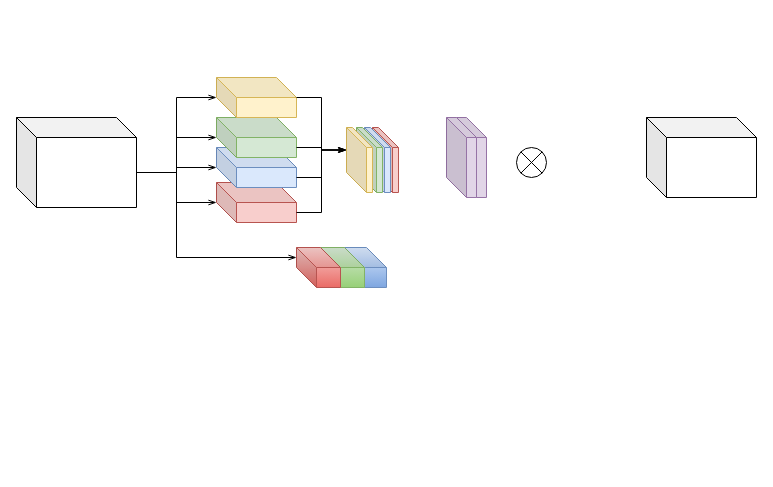
Before: 未命名绘图.drawio in June1238/mybatis-plus, a draw.io diagram. Source tidied: cells renumbered, new cells numbered last; positions are measured from the earlier drawing's top-left corner, leaving out a move shared by most shapes. Both pictures are drawn from the tidied source at 100%, with x=0, y=0 at pixel (16, 77).
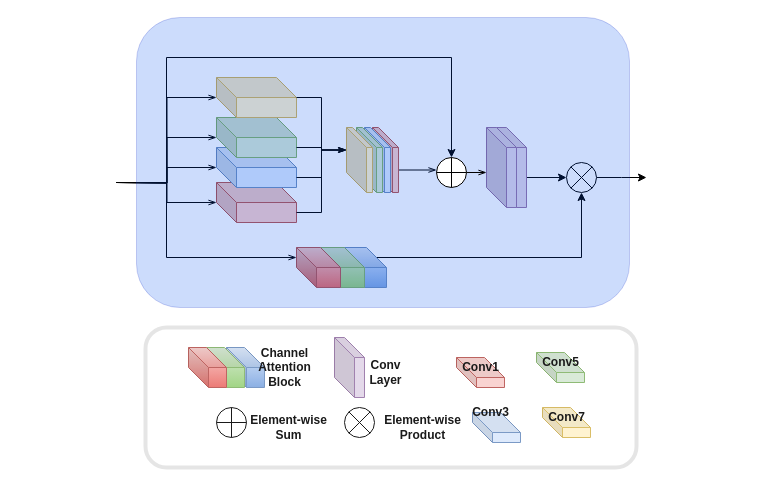
The same page after the edit.

Commit message:
更新未命名绘图.drawio

The change refers to these unchanged cells:
```xml
<mxCell id="2" style="shape=cube;whiteSpace=wrap;html=1;boundedLbl=1;backgroundOutline=1;darkOpacity=0.05;darkOpacity2=0.1;fillColor=#f8cecc;strokeColor=#b85450;" parent="1" vertex="1">
  <mxGeometry x="200" y="105" width="80" height="40" as="geometry" />
</mxCell>
<mxCell id="3" style="shape=cube;whiteSpace=wrap;html=1;boundedLbl=1;backgroundOutline=1;darkOpacity=0.05;darkOpacity2=0.1;fillColor=#dae8fc;strokeColor=#6c8ebf;" parent="1" vertex="1">
  <mxGeometry x="200" y="70" width="80" height="40" as="geometry" />
</mxCell>
<mxCell id="4" style="shape=cube;whiteSpace=wrap;html=1;boundedLbl=1;backgroundOutline=1;darkOpacity=0.05;darkOpacity2=0.1;fillColor=#d5e8d4;strokeColor=#82b366;" parent="1" vertex="1">
  <mxGeometry x="200" y="40" width="80" height="40" as="geometry" />
</mxCell>
<mxCell id="5" style="shape=cube;whiteSpace=wrap;html=1;boundedLbl=1;backgroundOutline=1;darkOpacity=0.05;darkOpacity2=0.1;fillColor=#fff2cc;strokeColor=#d6b656;" parent="1" vertex="1">
  <mxGeometry x="200" width="80" height="40" as="geometry" />
</mxCell>
<mxCell id="6" style="shape=cube;whiteSpace=wrap;html=1;boundedLbl=1;backgroundOutline=1;darkOpacity=0.05;darkOpacity2=0.1;fillColor=#f8cecc;strokeColor=#b85450;" parent="1" vertex="1">
  <mxGeometry x="356" y="50" width="26" height="65" as="geometry" />
</mxCell>
<mxCell id="19" style="shape=cube;whiteSpace=wrap;html=1;boundedLbl=1;backgroundOutline=1;darkOpacity=0.05;darkOpacity2=0.1;fontStyle=1;fillColor=#dae8fc;strokeColor=#6c8ebf;gradientColor=#7ea6e0;" parent="1" vertex="1">
  <mxGeometry x="322" y="170" width="48" height="40" as="geometry" />
</mxCell>
<mxCell id="21" style="shape=cube;whiteSpace=wrap;html=1;boundedLbl=1;backgroundOutline=1;darkOpacity=0.05;darkOpacity2=0.1;fillColor=#f8cecc;strokeColor=#b85450;gradientColor=#ea6b66;" parent="1" vertex="1">
  <mxGeometry x="280" y="170" width="44" height="40" as="geometry" />
</mxCell>
```

The edit, as a diff of the source:
```diff
@@
+    <mxCell id="27" style="edgeStyle=orthogonalEdgeStyle;rounded=0;jettySize=auto;html=1;exitX=0;exitY=0;exitDx=26;exitDy=42.5;exitPerimeter=0;endArrow=openThin;endFill=0;" parent="1" edge="1" source="6">
+      <mxGeometry relative="1" as="geometry">
+        <mxPoint x="420" y="93" as="targetPoint" />
+      </mxGeometry>
+    </mxCell>
@@
-    <mxCell id="13" style="shape=cube;whiteSpace=wrap;html=1;boundedLbl=1;backgroundOutline=1;darkOpacity=0.05;darkOpacity2=0.1;" parent="1" vertex="1">
-      <mxGeometry y="40" width="120" height="90" as="geometry" />
-    </mxCell>
+    <mxCell id="28" style="edgeStyle=orthogonalEdgeStyle;rounded=0;jettySize=auto;html=1;exitX=0;exitY=0;exitDx=120;exitDy=55;exitPerimeter=0;entryX=0.5;entryY=0;entryDx=0;entryDy=0;" parent="1" edge="1" target="34">
+      <mxGeometry relative="1" as="geometry">
+        <mxPoint x="100" y="105" as="sourcePoint" />
+        <Array as="points">
+          <mxPoint x="150" y="105" />
+          <mxPoint x="150" y="-20" />
+          <mxPoint x="435" y="-20" />
+        </Array>
+      </mxGeometry>
+    </mxCell>
@@
-    <mxCell id="15" style="edgeStyle=orthogonalEdgeStyle;rounded=0;jettySize=auto;html=1;exitX=0;exitY=0;exitDx=120;exitDy=55;exitPerimeter=0;entryX=0;entryY=0;entryDx=0;entryDy=20;entryPerimeter=0;endArrow=openThin;endFill=0;" parent="1" edge="1" source="13" target="5">
-      <mxGeometry relative="1" as="geometry" />
+    <mxCell id="15" style="edgeStyle=orthogonalEdgeStyle;rounded=0;jettySize=auto;html=1;exitX=0;exitY=0;exitDx=120;exitDy=55;exitPerimeter=0;entryX=0;entryY=0;entryDx=0;entryDy=20;entryPerimeter=0;endArrow=openThin;endFill=0;" parent="1" edge="1" target="5">
+      <mxGeometry relative="1" as="geometry">
+        <mxPoint x="100" y="105" as="sourcePoint" />
+      </mxGeometry>
     </mxCell>
-    <mxCell id="16" style="edgeStyle=orthogonalEdgeStyle;rounded=0;jettySize=auto;html=1;exitX=0;exitY=0;exitDx=120;exitDy=55;exitPerimeter=0;entryX=0;entryY=0;entryDx=0;entryDy=20;entryPerimeter=0;endArrow=openThin;endFill=0;" parent="1" edge="1" source="13" target="4">
-      <mxGeometry relative="1" as="geometry" />
+    <mxCell id="16" style="edgeStyle=orthogonalEdgeStyle;rounded=0;jettySize=auto;html=1;exitX=0;exitY=0;exitDx=120;exitDy=55;exitPerimeter=0;entryX=0;entryY=0;entryDx=0;entryDy=20;entryPerimeter=0;endArrow=openThin;endFill=0;" parent="1" edge="1" target="4">
+      <mxGeometry relative="1" as="geometry">
+        <mxPoint x="100" y="105" as="sourcePoint" />
+      </mxGeometry>
     </mxCell>
-    <mxCell id="17" style="edgeStyle=orthogonalEdgeStyle;rounded=0;jettySize=auto;html=1;exitX=0;exitY=0;exitDx=120;exitDy=55;exitPerimeter=0;entryX=0;entryY=0;entryDx=0;entryDy=20;entryPerimeter=0;endArrow=openThin;endFill=0;" parent="1" edge="1" source="13" target="3">
-      <mxGeometry relative="1" as="geometry" />
+    <mxCell id="17" style="edgeStyle=orthogonalEdgeStyle;rounded=0;jettySize=auto;html=1;exitX=0;exitY=0;exitDx=120;exitDy=55;exitPerimeter=0;entryX=0;entryY=0;entryDx=0;entryDy=20;entryPerimeter=0;endArrow=openThin;endFill=0;" parent="1" edge="1" target="3">
+      <mxGeometry relative="1" as="geometry">
+        <mxPoint x="100" y="105" as="sourcePoint" />
+      </mxGeometry>
     </mxCell>
-    <mxCell id="18" style="edgeStyle=orthogonalEdgeStyle;rounded=0;jettySize=auto;html=1;exitX=0;exitY=0;exitDx=120;exitDy=55;exitPerimeter=0;entryX=0;entryY=0;entryDx=0;entryDy=20;entryPerimeter=0;endArrow=openThin;endFill=0;" parent="1" edge="1" source="13" target="2">
-      <mxGeometry relative="1" as="geometry" />
+    <mxCell id="18" style="edgeStyle=orthogonalEdgeStyle;rounded=0;jettySize=auto;html=1;exitX=0;exitY=0;exitDx=120;exitDy=55;exitPerimeter=0;entryX=0;entryY=0;entryDx=0;entryDy=20;entryPerimeter=0;endArrow=openThin;endFill=0;" parent="1" edge="1" target="2">
+      <mxGeometry relative="1" as="geometry">
+        <mxPoint x="100" y="105" as="sourcePoint" />
+      </mxGeometry>
     </mxCell>
+    <mxCell id="29" style="edgeStyle=orthogonalEdgeStyle;rounded=0;jettySize=auto;html=1;exitX=0;exitY=0;exitDx=38;exitDy=10;exitPerimeter=0;entryX=0.5;entryY=1;entryDx=0;entryDy=0;" parent="1" edge="1" source="19" target="23">
+      <mxGeometry relative="1" as="geometry" />
+    </mxCell>
@@
-    <mxCell id="22" style="edgeStyle=orthogonalEdgeStyle;rounded=0;jettySize=auto;html=1;exitX=0;exitY=0;exitDx=120;exitDy=55;exitPerimeter=0;entryX=0;entryY=0;entryDx=0;entryDy=10;entryPerimeter=0;endArrow=openThin;endFill=0;" parent="1" edge="1" source="13" target="21">
+    <mxCell id="22" style="edgeStyle=orthogonalEdgeStyle;rounded=0;jettySize=auto;html=1;exitX=0;exitY=0;exitDx=120;exitDy=55;exitPerimeter=0;entryX=0;entryY=0;entryDx=0;entryDy=10;entryPerimeter=0;endArrow=openThin;endFill=0;" parent="1" edge="1" target="21">
       <mxGeometry relative="1" as="geometry">
+        <mxPoint x="100" y="105" as="sourcePoint" />
         <Array as="points">
-          <mxPoint x="160" y="95" />
-          <mxPoint x="160" y="180" />
+          <mxPoint x="150" y="105" />
+          <mxPoint x="150" y="180" />
         </Array>
       </mxGeometry>
     </mxCell>
+    <mxCell id="30" style="edgeStyle=orthogonalEdgeStyle;rounded=0;jettySize=auto;html=1;exitX=1;exitY=0.5;exitDx=0;exitDy=0;" parent="1" edge="1" source="23">
+      <mxGeometry relative="1" as="geometry">
+        <mxPoint x="630" y="100" as="targetPoint" />
+      </mxGeometry>
+    </mxCell>
     <mxCell id="23" style="shape=sumEllipse;perimeter=ellipsePerimeter;whiteSpace=wrap;html=1;backgroundOutline=1;" parent="1" vertex="1">
-      <mxGeometry x="500" y="70" width="30" height="30" as="geometry" />
+      <mxGeometry x="550" y="85" width="30" height="30" as="geometry" />
     </mxCell>
-    <mxCell id="24" style="shape=cube;whiteSpace=wrap;html=1;boundedLbl=1;backgroundOutline=1;darkOpacity=0.05;darkOpacity2=0.1;" parent="1" vertex="1">
-      <mxGeometry x="630" y="40" width="110" height="80" as="geometry" />
-    </mxCell>
+    <mxCell id="31" style="edgeStyle=orthogonalEdgeStyle;rounded=0;jettySize=auto;html=1;exitX=0;exitY=0;exitDx=30;exitDy=50;exitPerimeter=0;entryX=0;entryY=0.5;entryDx=0;entryDy=0;" parent="1" edge="1" source="25" target="23">
+      <mxGeometry relative="1" as="geometry" />
+    </mxCell>
     <mxCell id="25" style="shape=cube;whiteSpace=wrap;html=1;boundedLbl=1;backgroundOutline=1;darkOpacity=0.05;darkOpacity2=0.1;fillColor=#e1d5e7;strokeColor=#9673a6;" parent="1" vertex="1">
-      <mxGeometry x="440" y="40" width="30" height="80" as="geometry" />
+      <mxGeometry x="480" y="50" width="30" height="80" as="geometry" />
     </mxCell>
     <mxCell id="26" style="shape=cube;whiteSpace=wrap;html=1;boundedLbl=1;backgroundOutline=1;darkOpacity=0.05;darkOpacity2=0.1;fillColor=#e1d5e7;strokeColor=#9673a6;" parent="1" vertex="1">
-      <mxGeometry x="430" y="40" width="30" height="80" as="geometry" />
+      <mxGeometry x="470" y="50" width="30" height="80" as="geometry" />
     </mxCell>
+    <mxCell id="32" style="rounded=1;whiteSpace=wrap;html=1;fillColor=#0050ef;strokeColor=#001DBC;opacity=20;fontColor=#ffffff;" parent="1" vertex="1">
+      <mxGeometry x="120" y="-60" width="493" height="290" as="geometry" />
+    </mxCell>
+    <mxCell id="33" style="edgeStyle=orthogonalEdgeStyle;rounded=0;jettySize=auto;html=1;exitX=1;exitY=0.5;exitDx=0;exitDy=0;endArrow=openThin;endFill=0;" parent="1" edge="1" source="34">
+      <mxGeometry relative="1" as="geometry">
+        <mxPoint x="470" y="95" as="targetPoint" />
+      </mxGeometry>
+    </mxCell>
+    <mxCell id="34" style="shape=orEllipse;perimeter=ellipsePerimeter;whiteSpace=wrap;html=1;backgroundOutline=1;" parent="1" vertex="1">
+      <mxGeometry x="420" y="80" width="30" height="30" as="geometry" />
+    </mxCell>
+    <mxCell id="35" style="shape=cube;whiteSpace=wrap;html=1;boundedLbl=1;backgroundOutline=1;darkOpacity=0.05;darkOpacity2=0.1;fontStyle=1;fillColor=#dae8fc;strokeColor=#6c8ebf;gradientColor=#7ea6e0;" parent="1" vertex="1">
+      <mxGeometry x="210" y="270" width="38" height="40" as="geometry" />
+    </mxCell>
+    <mxCell id="36" style="shape=cube;whiteSpace=wrap;html=1;boundedLbl=1;backgroundOutline=1;darkOpacity=0.05;darkOpacity2=0.1;fillColor=#e1d5e7;strokeColor=#9673a6;" parent="1" vertex="1">
+      <mxGeometry x="318" y="260" width="30" height="60" as="geometry" />
+    </mxCell>
+    <mxCell id="37" style="shape=cube;whiteSpace=wrap;html=1;boundedLbl=1;backgroundOutline=1;darkOpacity=0.05;darkOpacity2=0.1;fillColor=#fff2cc;strokeColor=#d6b656;" parent="1" vertex="1">
+      <mxGeometry x="526" y="330" width="48" height="30" as="geometry" />
+    </mxCell>
+    <mxCell id="38" style="shape=cube;whiteSpace=wrap;html=1;boundedLbl=1;backgroundOutline=1;darkOpacity=0.05;darkOpacity2=0.1;fontStyle=1;fillColor=#d5e8d4;strokeColor=#82b366;gradientColor=#97d077;" parent="1" vertex="1">
+      <mxGeometry x="190" y="270" width="38" height="40" as="geometry" />
+    </mxCell>
+    <mxCell id="39" style="shape=cube;whiteSpace=wrap;html=1;boundedLbl=1;backgroundOutline=1;darkOpacity=0.05;darkOpacity2=0.1;fontStyle=1;fillColor=#f8cecc;strokeColor=#b85450;gradientColor=#ea6b66;" parent="1" vertex="1">
+      <mxGeometry x="172" y="270" width="38" height="40" as="geometry" />
+    </mxCell>
+    <mxCell id="40" style="shape=cube;whiteSpace=wrap;html=1;boundedLbl=1;backgroundOutline=1;darkOpacity=0.05;darkOpacity2=0.1;fillColor=#d5e8d4;strokeColor=#82b366;" parent="1" vertex="1">
+      <mxGeometry x="520" y="275" width="48" height="30" as="geometry" />
+    </mxCell>
+    <mxCell id="41" style="shape=cube;whiteSpace=wrap;html=1;boundedLbl=1;backgroundOutline=1;darkOpacity=0.05;darkOpacity2=0.1;fillColor=#dae8fc;strokeColor=#6c8ebf;" parent="1" vertex="1">
+      <mxGeometry x="456" y="335" width="48" height="30" as="geometry" />
+    </mxCell>
+    <mxCell id="42" style="shape=cube;whiteSpace=wrap;html=1;boundedLbl=1;backgroundOutline=1;darkOpacity=0.05;darkOpacity2=0.1;fillColor=#f8cecc;strokeColor=#b85450;" parent="1" vertex="1">
+      <mxGeometry x="440" y="280" width="48" height="30" as="geometry" />
+    </mxCell>
+    <mxCell id="43" style="shape=sumEllipse;perimeter=ellipsePerimeter;whiteSpace=wrap;html=1;backgroundOutline=1;" parent="1" vertex="1">
+      <mxGeometry x="328" y="330" width="30" height="30" as="geometry" />
+    </mxCell>
+    <mxCell id="44" style="shape=orEllipse;perimeter=ellipsePerimeter;whiteSpace=wrap;html=1;backgroundOutline=1;" parent="1" vertex="1">
+      <mxGeometry x="200" y="330" width="30" height="30" as="geometry" />
+    </mxCell>
+    <mxCell id="45" value="&lt;b&gt;Channel&lt;br&gt;Attention&lt;br&gt;Block&lt;/b&gt;" style="text;html=1;align=center;verticalAlign=middle;strokeColor=none;fillColor=none;" parent="1" vertex="1">
+      <mxGeometry x="228" y="260" width="80" height="60" as="geometry" />
+    </mxCell>
+    <mxCell id="46" value="&lt;b&gt;Conv &lt;br&gt;Layer&lt;/b&gt;" style="text;html=1;align=center;verticalAlign=middle;strokeColor=none;fillColor=none;" parent="1" vertex="1">
+      <mxGeometry x="339" y="275" width="60" height="40" as="geometry" />
+    </mxCell>
+    <mxCell id="47" value="&lt;b&gt;Element-wise&lt;br&gt;Product&lt;/b&gt;" style="text;html=1;align=center;verticalAlign=middle;strokeColor=none;fillColor=none;" parent="1" vertex="1">
+      <mxGeometry x="356" y="330" width="100" height="40" as="geometry" />
+    </mxCell>
+    <mxCell id="48" value="&lt;b&gt;Element-wise&lt;br&gt;Sum&lt;br&gt;&lt;/b&gt;" style="text;html=1;align=center;verticalAlign=middle;strokeColor=none;fillColor=none;" parent="1" vertex="1">
+      <mxGeometry x="222" y="330" width="100" height="40" as="geometry" />
+    </mxCell>
+    <mxCell id="49" value="&lt;b&gt;Conv1&lt;/b&gt;" style="text;html=1;align=center;verticalAlign=middle;strokeColor=none;fillColor=none;" parent="1" vertex="1">
+      <mxGeometry x="434" y="275" width="60" height="30" as="geometry" />
+    </mxCell>
+    <mxCell id="50" value="&lt;b&gt;Conv5&lt;/b&gt;" style="text;html=1;align=center;verticalAlign=middle;strokeColor=none;fillColor=none;" parent="1" vertex="1">
+      <mxGeometry x="514" y="270" width="60" height="30" as="geometry" />
+    </mxCell>
+    <mxCell id="51" value="&lt;b&gt;Conv3&lt;/b&gt;" style="text;html=1;align=center;verticalAlign=middle;strokeColor=none;fillColor=none;" parent="1" vertex="1">
+      <mxGeometry x="444" y="320" width="60" height="30" as="geometry" />
+    </mxCell>
+    <mxCell id="52" value="&lt;b&gt;Conv7&lt;/b&gt;" style="text;html=1;align=center;verticalAlign=middle;strokeColor=none;fillColor=none;" parent="1" vertex="1">
+      <mxGeometry x="520" y="325" width="60" height="30" as="geometry" />
+    </mxCell>
+    <mxCell id="53" style="rounded=1;whiteSpace=wrap;html=1;opacity=10;strokeColor=default;strokeWidth=4;" parent="1" vertex="1">
+      <mxGeometry x="129" y="250" width="491" height="140" as="geometry" />
+    </mxCell>
```
